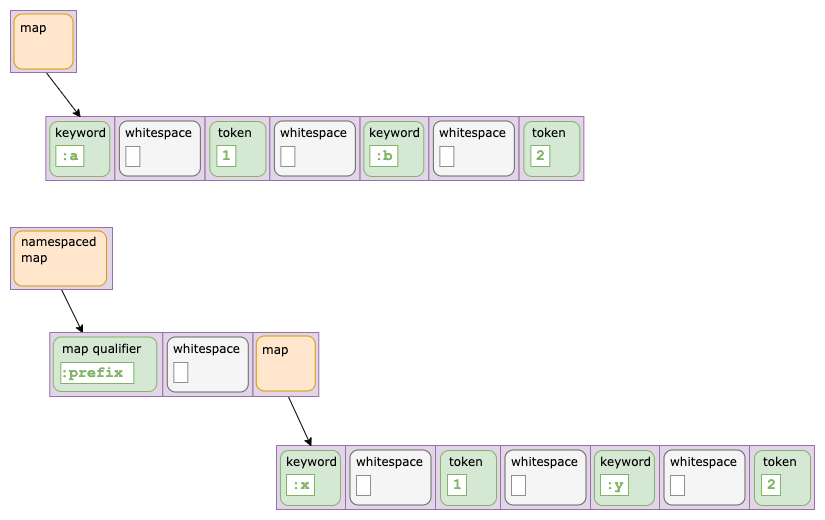
Earlier version of the draw.io export doc/map-nodes.png (clj-commons/rewrite-clj). Source tidied: cells renumbered, new cells last; positions are measured from the earlier drawing's top-left corner, leaving out a move shared by most shapes.
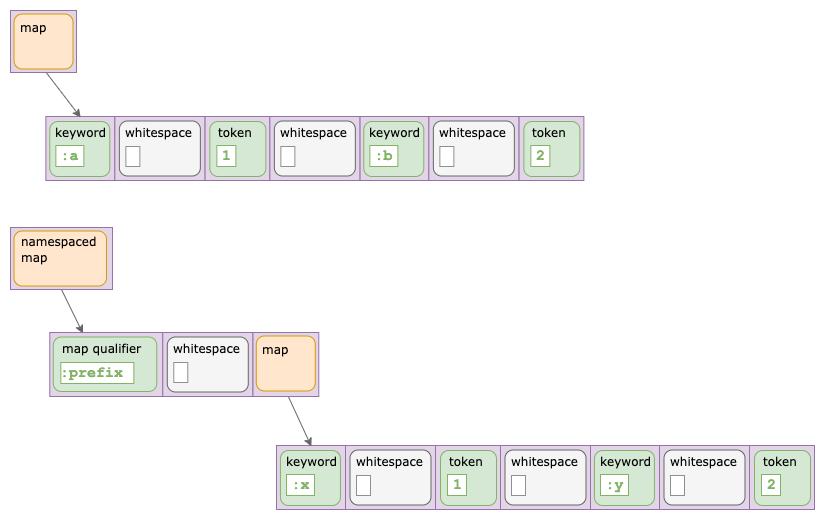
The same file after the commit.

Commit message:
Update diagrams to be dark mode friendly

The edit, as a diff of the source:
```diff
@@ -26,7 +26,7 @@
     <mxCell id="9" value="&lt;font face=&quot;Verdana&quot; style=&quot;font-size: 12px&quot;&gt;keyword&lt;/font&gt;" style="text;html=1;strokeColor=none;fillColor=none;align=left;verticalAlign=middle;whiteSpace=wrap;rounded=0;comic=0;fontFamily=Courier New;fontSize=14;spacingTop=9;" parent="1" vertex="1">
       <mxGeometry x="43.1" y="107" width="54.2" height="20" as="geometry" />
     </mxCell>
-    <mxCell id="10" style="endArrow=classic;html=1;entryX=0.5;entryY=0;entryDx=0;entryDy=0;exitX=0.5;exitY=1;exitDx=0;exitDy=0;fontSize=14;fontFamily=Courier New;" parent="1" edge="1" source="12" target="9">
+    <mxCell id="10" style="endArrow=classic;html=1;entryX=0.5;entryY=0;entryDx=0;entryDy=0;exitX=0.5;exitY=1;exitDx=0;exitDy=0;fontSize=14;fontFamily=Courier New;strokeColor=#666666;" parent="1" edge="1" source="12" target="9">
       <mxGeometry relative="1" as="geometry" />
     </mxCell>
     <mxCell id="11" style="rounded=0;whiteSpace=wrap;html=1;comic=0;strokeColor=#9673a6;fillColor=#e1d5e7;align=left;fontSize=14;fontFamily=Courier New;" parent="1" vertex="1">
@@ -62,7 +62,7 @@
     <mxCell id="21" value="&lt;font face=&quot;Verdana&quot; style=&quot;font-size: 12px&quot;&gt;keyword&lt;/font&gt;" style="text;html=1;strokeColor=none;fillColor=none;align=left;verticalAlign=middle;whiteSpace=wrap;rounded=0;comic=0;fontFamily=Courier New;fontSize=14;spacingTop=9;" parent="1" vertex="1">
       <mxGeometry x="357.1" y="107" width="54.2" height="20" as="geometry" />
     </mxCell>
-    <mxCell id="22" style="edgeStyle=none;rounded=0;jettySize=auto;html=1;exitX=0.5;exitY=1;exitDx=0;exitDy=0;entryX=0.25;entryY=0;entryDx=0;entryDy=0;" parent="1" edge="1" source="23" target="28">
+    <mxCell id="22" style="edgeStyle=none;rounded=0;jettySize=auto;html=1;exitX=0.5;exitY=1;exitDx=0;exitDy=0;entryX=0.25;entryY=0;entryDx=0;entryDy=0;strokeColor=#666666;" parent="1" edge="1" source="23" target="28">
       <mxGeometry relative="1" as="geometry" />
     </mxCell>
     <mxCell id="23" style="rounded=0;whiteSpace=wrap;html=1;comic=0;strokeColor=#9673a6;fillColor=#e1d5e7;align=left;fontSize=14;fontFamily=Courier New;" parent="1" vertex="1">
@@ -146,7 +146,7 @@
     <mxCell id="49" value="&lt;font face=&quot;Verdana&quot; style=&quot;font-size: 12px&quot;&gt;keyword&lt;/font&gt;" style="text;html=1;strokeColor=none;fillColor=none;align=left;verticalAlign=middle;whiteSpace=wrap;rounded=0;comic=0;fontFamily=Courier New;fontSize=14;spacingTop=9;" parent="1" vertex="1">
       <mxGeometry x="273.7" y="436" width="54.2" height="20" as="geometry" />
     </mxCell>
-    <mxCell id="50" style="endArrow=classic;html=1;entryX=0.5;entryY=0;entryDx=0;entryDy=0;exitX=0.5;exitY=1;exitDx=0;exitDy=0;fontSize=14;fontFamily=Courier New;" parent="1" edge="1" source="52" target="49">
+    <mxCell id="50" style="endArrow=classic;html=1;entryX=0.5;entryY=0;entryDx=0;entryDy=0;exitX=0.5;exitY=1;exitDx=0;exitDy=0;fontSize=14;fontFamily=Courier New;strokeColor=#666666;" parent="1" edge="1" source="52" target="49">
       <mxGeometry relative="1" as="geometry" />
     </mxCell>
     <mxCell id="51" style="rounded=0;whiteSpace=wrap;html=1;comic=0;strokeColor=#9673a6;fillColor=#e1d5e7;align=left;fontSize=14;fontFamily=Courier New;" parent="1" vertex="1">
```
